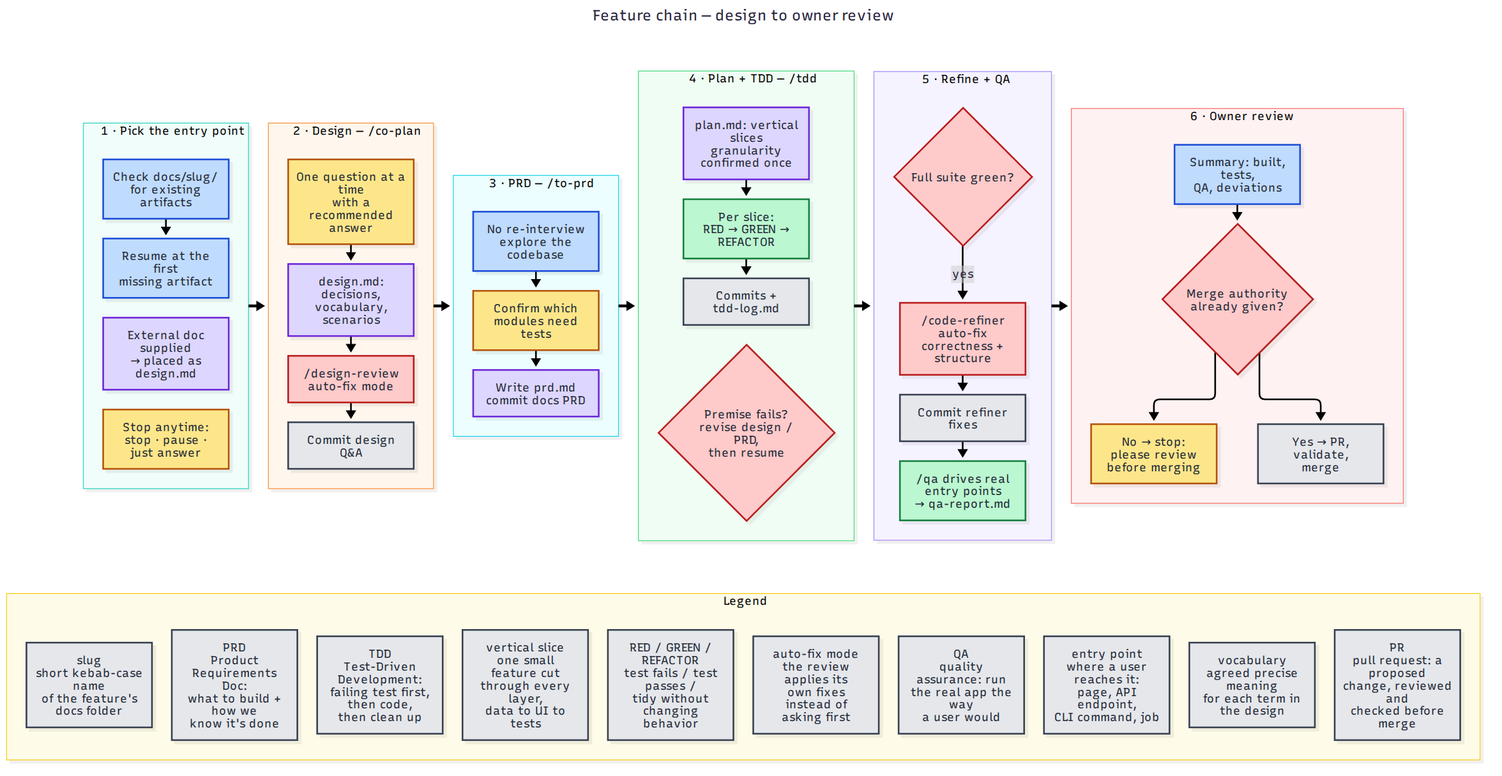
This is docs/diagrams/generated/feature-chain.png from victusfate/scaffold, a Mermaid export, as it was before one commit. Its source is kept beside it as docs/diagrams/src/feature-chain.mmd.
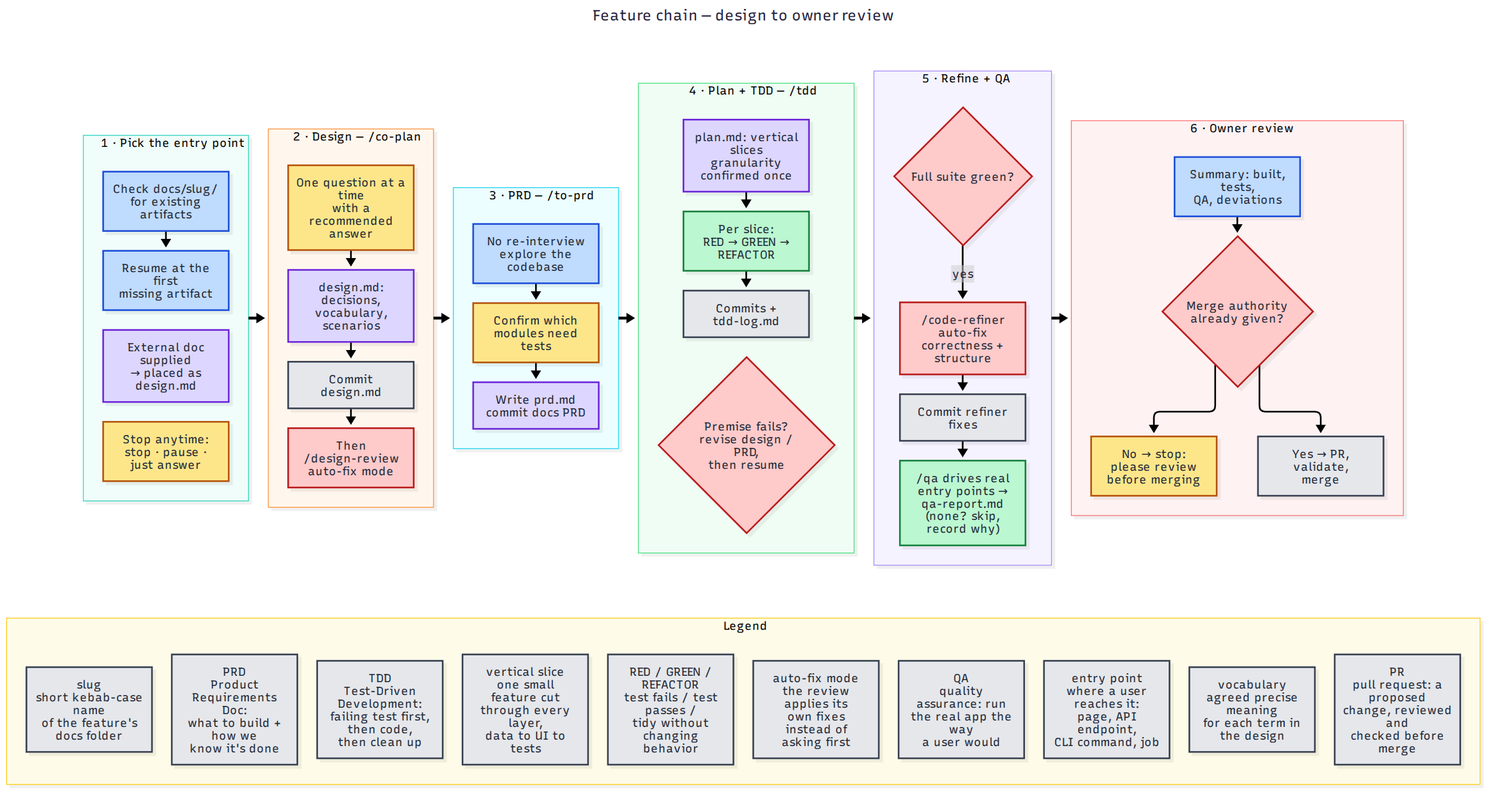
Above is the later version.

Diff of the diagram source:
```diff
@@ -27,9 +27,9 @@
     direction TB
     D1["One question at a time<br/>with a recommended answer"]:::owner
     D2["design.md: decisions,<br/>vocabulary, scenarios"]:::state
-    D3["/design-review<br/>auto-fix mode"]:::gate
-    D4["Commit design Q&A"]:::git
-    D1 --> D2 --> D3 --> D4
+    D4["Commit design.md"]:::git
+    D3["Then /design-review<br/>auto-fix mode"]:::gate
+    D1 --> D2 --> D4 --> D3
   end
 
   subgraph PRD["3 · PRD — /to-prd"]
@@ -55,7 +55,7 @@
     R1{"Full suite green?"}:::gate
     R2["/code-refiner auto-fix<br/>correctness + structure"]:::gate
     R3["Commit refiner fixes"]:::git
-    R4["/qa drives real<br/>entry points<br/>→ qa-report.md"]:::lane
+    R4["/qa drives real<br/>entry points → qa-report.md<br/>(none? skip, record why)"]:::lane
     R1 -->|yes| R2 --> R3 --> R4
   end
 
```
